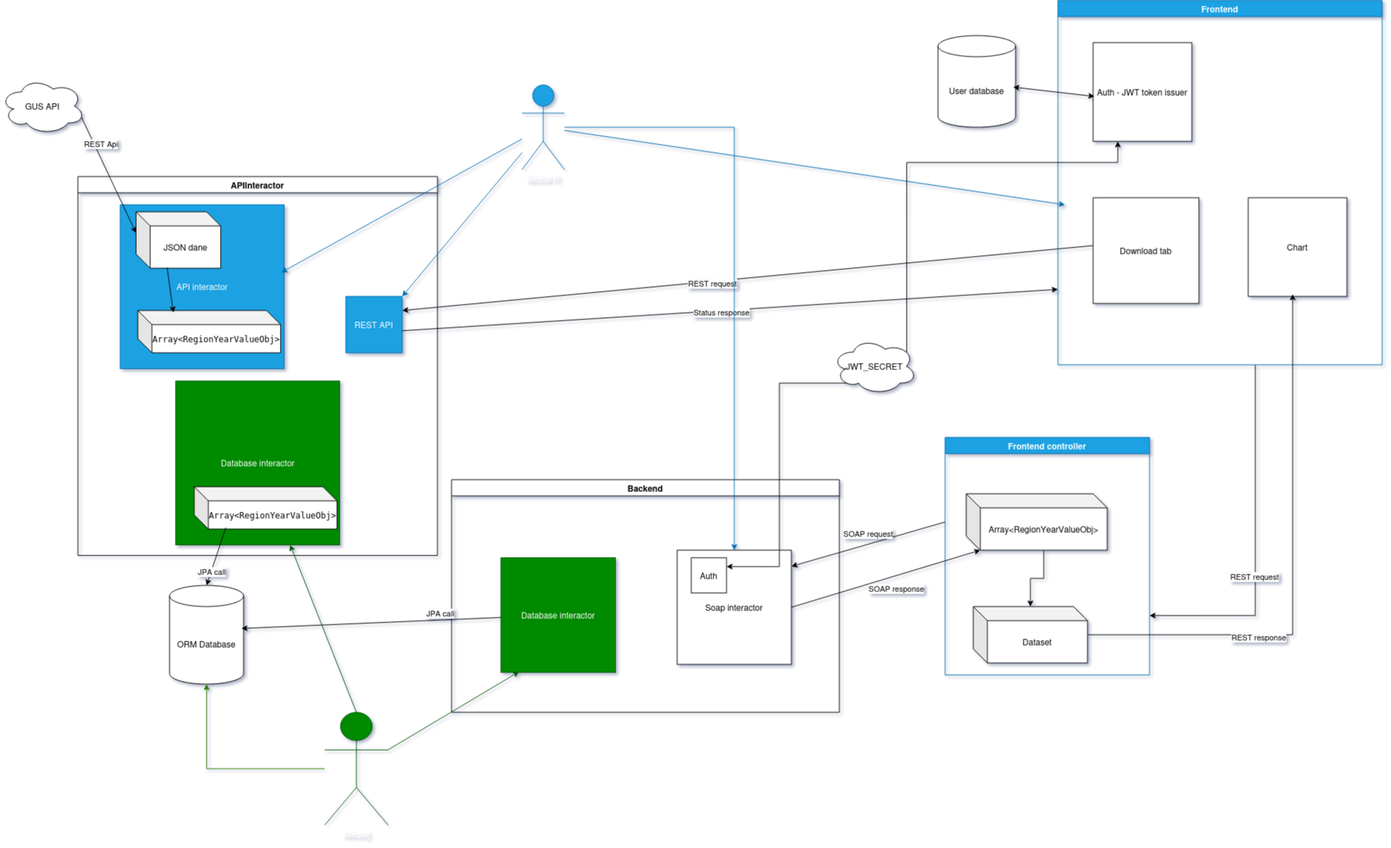
MichalRutyna/Integracja-dzietnosc keeps this draw.io diagram as Information_flow_diagram.png. Above is the earlier version. Source tidied: cells renumbered, new cells last; positions are measured from the earlier drawing's top-left corner, leaving out a move shared by most shapes.
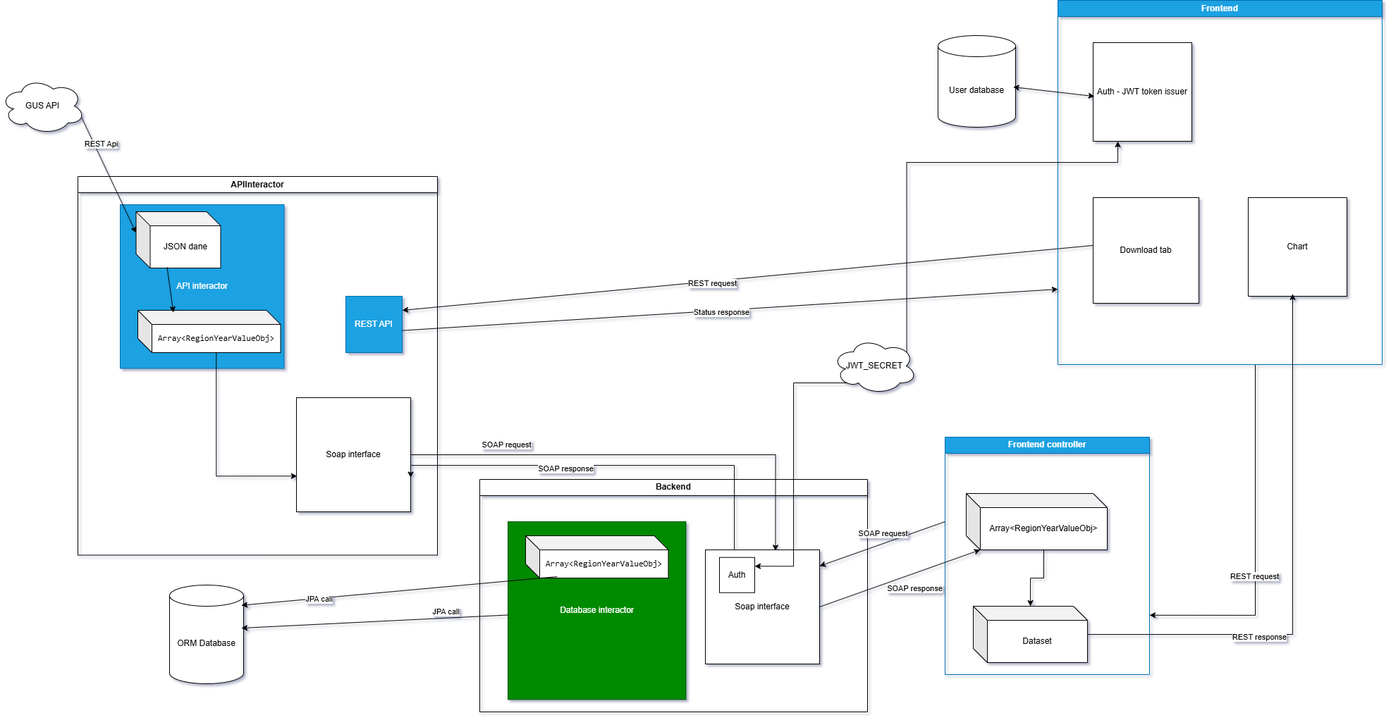
The same file after the commit.

Change to the diagram source:
```diff
@@ -3,17 +3,20 @@
     <mxCell id="0" />
     <mxCell id="1" parent="0" />
     <mxCell id="2" value="&lt;div&gt;Backend&lt;/div&gt;" style="swimlane;whiteSpace=wrap;html=1;" parent="1" vertex="1">
-      <mxGeometry x="640" y="680" width="550" height="330" as="geometry" />
+      <mxGeometry x="680" y="680" width="550" height="330" as="geometry" />
     </mxCell>
-    <mxCell id="3" value="Soap interactor" style="whiteSpace=wrap;html=1;" parent="2" vertex="1">
+    <mxCell id="3" value="Soap interface" style="whiteSpace=wrap;html=1;" parent="2" vertex="1">
       <mxGeometry x="320" y="100" width="162" height="162" as="geometry" />
     </mxCell>
     <mxCell id="4" value="Database interactor" style="whiteSpace=wrap;html=1;fillColor=#008a00;fontColor=#ffffff;strokeColor=#005700;" parent="2" vertex="1">
-      <mxGeometry x="70" y="110.8" width="162.5" height="162.5" as="geometry" />
+      <mxGeometry x="40" y="60" width="252.5" height="252.5" as="geometry" />
     </mxCell>
     <mxCell id="5" value="Auth" style="whiteSpace=wrap;html=1;" parent="2" vertex="1">
       <mxGeometry x="340" y="110.8" width="50" height="50" as="geometry" />
     </mxCell>
+    <mxCell id="21" value="&lt;pre&gt;Array&amp;lt;RegionYearValueObj&amp;gt;&lt;/pre&gt;" style="shape=cube;whiteSpace=wrap;html=1;boundedLbl=1;backgroundOutline=1;darkOpacity=0.05;darkOpacity2=0.1;" parent="2" vertex="1">
+      <mxGeometry x="65" y="80" width="202.5" height="60" as="geometry" />
+    </mxCell>
     <mxCell id="6" value="Frontend controller" style="swimlane;whiteSpace=wrap;html=1;fillColor=#1ba1e2;fontColor=#ffffff;strokeColor=#006EAF;" parent="1" vertex="1">
       <mxGeometry x="1340" y="620" width="290" height="337" as="geometry" />
     </mxCell>
@@ -50,9 +53,6 @@
     <mxCell id="15" value="API&lt;span style=&quot;background-color: transparent; color: light-dark(rgb(0, 0, 0), rgb(255, 255, 255));&quot;&gt;Interactor&lt;/span&gt;" style="swimlane;whiteSpace=wrap;html=1;" parent="1" vertex="1">
       <mxGeometry x="110" y="250" width="510" height="537.5" as="geometry" />
     </mxCell>
-    <mxCell id="16" value="Database interactor" style="whiteSpace=wrap;html=1;fillColor=#008a00;fontColor=#ffffff;strokeColor=#005700;" parent="15" vertex="1">
-      <mxGeometry x="138.8" y="290" width="232.5" height="232.5" as="geometry" />
-    </mxCell>
     <mxCell id="17" value="API interactor" style="whiteSpace=wrap;html=1;fillColor=#1ba1e2;fontColor=#ffffff;strokeColor=#006EAF;" parent="15" vertex="1">
       <mxGeometry x="60" y="40" width="232.5" height="232.5" as="geometry" />
     </mxCell>
@@ -65,12 +65,15 @@
     <mxCell id="20" style="endArrow=classic;html=1;rounded=0;exitX=0.367;exitY=0.988;exitDx=0;exitDy=0;exitPerimeter=0;entryX=0.249;entryY=0.05;entryDx=0;entryDy=0;entryPerimeter=0;" parent="15" edge="1" source="19" target="18">
       <mxGeometry relative="1" as="geometry" />
     </mxCell>
-    <mxCell id="21" value="&lt;pre&gt;Array&amp;lt;RegionYearValueObj&amp;gt;&lt;/pre&gt;" style="shape=cube;whiteSpace=wrap;html=1;boundedLbl=1;backgroundOutline=1;darkOpacity=0.05;darkOpacity2=0.1;" parent="15" vertex="1">
-      <mxGeometry x="165" y="440" width="202.5" height="60" as="geometry" />
-    </mxCell>
     <mxCell id="22" value="&lt;div&gt;REST API&lt;/div&gt;" style="whiteSpace=wrap;html=1;fillColor=#1ba1e2;fontColor=#ffffff;strokeColor=#006EAF;" parent="15" vertex="1">
       <mxGeometry x="380" y="170" width="80" height="80" as="geometry" />
     </mxCell>
+    <mxCell id="56" value="Soap interface" style="whiteSpace=wrap;html=1;" parent="15" vertex="1">
+      <mxGeometry x="310" y="314" width="162" height="162" as="geometry" />
+    </mxCell>
+    <mxCell id="57" style="edgeStyle=orthogonalEdgeStyle;rounded=0;jettySize=auto;html=1;entryX=0.005;entryY=0.687;entryDx=0;entryDy=0;entryPerimeter=0;exitX=0;exitY=0;exitDx=111.25;exitDy=60;exitPerimeter=0;" parent="15" edge="1" source="18" target="56">
+      <mxGeometry relative="1" as="geometry" />
+    </mxCell>
     <mxCell id="23" style="endArrow=classic;html=1;rounded=0;entryX=1;entryY=0.25;entryDx=0;entryDy=0;exitX=0.017;exitY=0.451;exitDx=0;exitDy=0;exitPerimeter=0;" parent="1" edge="1" source="48" target="22">
       <mxGeometry relative="1" as="geometry" />
     </mxCell>
@@ -98,26 +101,6 @@
     <mxCell id="29" value="Status response" style="edgeLabel;html=1;align=center;verticalAlign=middle;" parent="28" vertex="1">
       <mxGeometry x="-0.03" y="-2" relative="1" as="geometry" />
     </mxCell>
-    <mxCell id="30" style="edgeStyle=orthogonalEdgeStyle;rounded=0;jettySize=auto;html=1;fillColor=#1ba1e2;strokeColor=#006EAF;" parent="1" edge="1" source="31" target="3">
-      <mxGeometry relative="1" as="geometry" />
-    </mxCell>
-    <mxCell id="31" value="Michal R" style="shape=umlActor;verticalLabelPosition=bottom;verticalAlign=top;html=1;outlineConnect=0;fillColor=#1ba1e2;fontColor=#ffffff;strokeColor=#006EAF;" parent="1" vertex="1">
-      <mxGeometry x="740" y="120" width="60" height="120" as="geometry" />
-    </mxCell>
-    <mxCell id="32" style="endArrow=classic;html=1;rounded=0;entryX=0.983;entryY=0.413;entryDx=0;entryDy=0;entryPerimeter=0;fillColor=#1ba1e2;strokeColor=#006EAF;" parent="1" edge="1" source="31" target="17">
-      <mxGeometry relative="1" as="geometry" />
-    </mxCell>
-    <mxCell id="33" style="endArrow=classic;html=1;rounded=0;fillColor=#1ba1e2;strokeColor=#006EAF;" parent="1" edge="1" source="31">
-      <mxGeometry relative="1" as="geometry">
-        <mxPoint x="1510" y="290" as="targetPoint" />
-      </mxGeometry>
-    </mxCell>
-    <mxCell id="34" style="edgeStyle=orthogonalEdgeStyle;rounded=0;jettySize=auto;html=1;fillColor=#60a917;strokeColor=#2D7600;" parent="1" edge="1" source="35" target="10">
-      <mxGeometry relative="1" as="geometry" />
-    </mxCell>
-    <mxCell id="35" value="Mikolaj" style="shape=umlActor;verticalLabelPosition=bottom;verticalAlign=top;html=1;outlineConnect=0;fillColor=#008a00;fontColor=#ffffff;strokeColor=#005700;" parent="1" vertex="1">
-      <mxGeometry x="460" y="1010" width="90" height="160" as="geometry" />
-    </mxCell>
     <mxCell id="36" style="endArrow=classic;html=1;rounded=0;entryX=0.971;entryY=0.436;entryDx=0;entryDy=0;entryPerimeter=0;" parent="1" edge="1" source="4" target="10">
       <mxGeometry relative="1" as="geometry" />
     </mxCell>
@@ -126,21 +109,12 @@
         <mxPoint y="-13" as="offset" />
       </mxGeometry>
     </mxCell>
-    <mxCell id="38" style="endArrow=classic;html=1;rounded=0;exitX=0.221;exitY=0.967;exitDx=0;exitDy=0;exitPerimeter=0;entryX=0.5;entryY=0;entryDx=0;entryDy=0;entryPerimeter=0;" parent="1" edge="1" source="21" target="10">
+    <mxCell id="38" style="endArrow=classic;html=1;rounded=0;exitX=0.221;exitY=0.967;exitDx=0;exitDy=0;exitPerimeter=0;entryX=0.971;entryY=0.205;entryDx=0;entryDy=0;entryPerimeter=0;" parent="1" edge="1" source="21" target="10">
       <mxGeometry relative="1" as="geometry" />
     </mxCell>
     <mxCell id="39" value="JPA call" style="edgeLabel;html=1;align=center;verticalAlign=middle;" parent="38" vertex="1">
       <mxGeometry x="0.51" relative="1" as="geometry" />
     </mxCell>
-    <mxCell id="40" style="endArrow=classic;html=1;rounded=0;entryX=1;entryY=0;entryDx=0;entryDy=0;fillColor=#1ba1e2;strokeColor=#006EAF;" parent="1" edge="1" source="31" target="22">
-      <mxGeometry relative="1" as="geometry" />
-    </mxCell>
-    <mxCell id="41" style="endArrow=classic;html=1;rounded=0;exitX=0.5;exitY=0;exitDx=0;exitDy=0;exitPerimeter=0;fillColor=#008a00;strokeColor=#005700;" parent="1" edge="1" source="35" target="16">
-      <mxGeometry relative="1" as="geometry" />
-    </mxCell>
-    <mxCell id="42" style="endArrow=classic;html=1;rounded=0;entryX=0.158;entryY=0.995;entryDx=0;entryDy=0;entryPerimeter=0;fillColor=#008a00;strokeColor=#005700;" parent="1" edge="1" source="35" target="4">
-      <mxGeometry relative="1" as="geometry" />
-    </mxCell>
     <mxCell id="43" value="User database" style="shape=cylinder3;whiteSpace=wrap;html=1;boundedLbl=1;backgroundOutline=1;size=15;" parent="1" vertex="1">
       <mxGeometry x="1330" y="50" width="110" height="130" as="geometry" />
     </mxCell>
@@ -189,5 +163,26 @@
         </Array>
       </mxGeometry>
     </mxCell>
+    <mxCell id="58" style="edgeStyle=orthogonalEdgeStyle;rounded=0;jettySize=auto;html=1;entryX=0.614;entryY=0.008;entryDx=0;entryDy=0;entryPerimeter=0;" parent="1" edge="1" source="56" target="3">
+      <mxGeometry relative="1" as="geometry" />
+    </mxCell>
+    <mxCell id="59" value="SOAP request" style="edgeLabel;html=1;align=center;verticalAlign=middle;" parent="58" vertex="1">
+      <mxGeometry x="-0.41" y="-4" relative="1" as="geometry">
+        <mxPoint x="-57" y="-19" as="offset" />
+      </mxGeometry>
+    </mxCell>
+    <mxCell id="60" style="edgeStyle=orthogonalEdgeStyle;rounded=0;jettySize=auto;html=1;entryX=1;entryY=0.701;entryDx=0;entryDy=0;entryPerimeter=0;" parent="1" edge="1" source="3" target="56">
+      <mxGeometry relative="1" as="geometry">
+        <Array as="points">
+          <mxPoint x="1041" y="660" />
+          <mxPoint x="582" y="660" />
+        </Array>
+      </mxGeometry>
+    </mxCell>
+    <mxCell id="61" value="SOAP response" style="edgeLabel;html=1;align=center;verticalAlign=middle;" parent="60" vertex="1">
+      <mxGeometry x="-0.03" y="4" relative="1" as="geometry">
+        <mxPoint x="-72" as="offset" />
+      </mxGeometry>
+    </mxCell>
   </root>
 </mxGraphModel>
```
